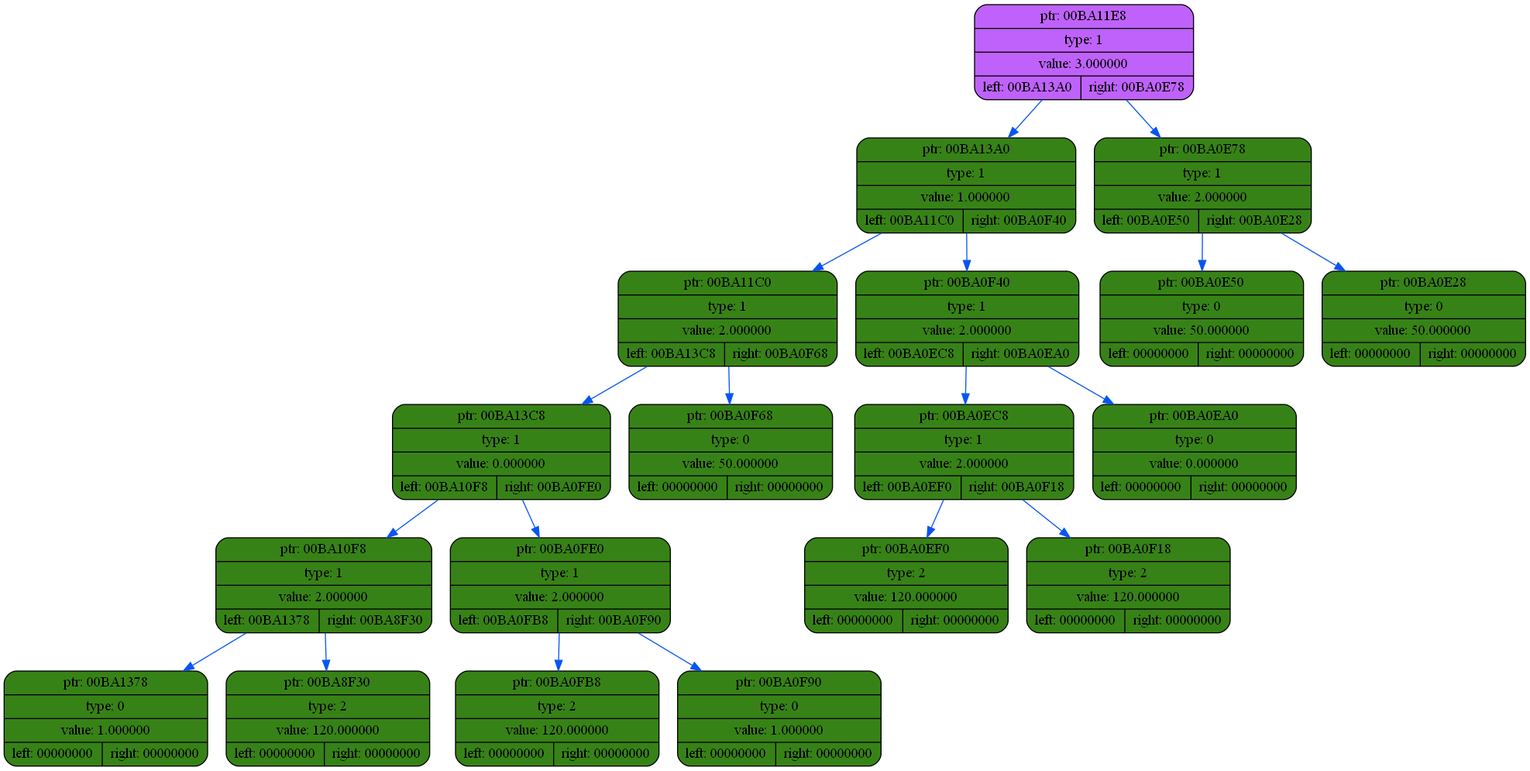
coffee8cat/differentiator keeps this Graphviz diagram as dump/dump2.png. Above is the earlier version. Its source is kept beside it as dump/dump2.dot.
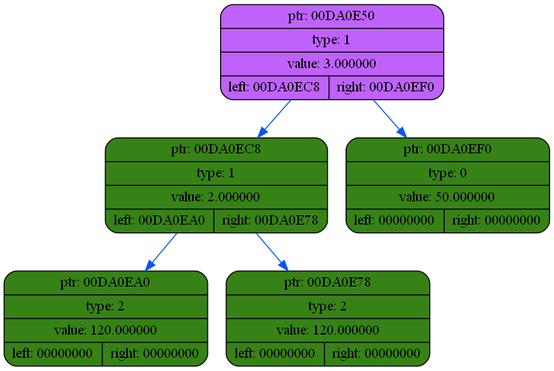
Above is the later version.

Diff of the diagram source:
```diff
@@ -2,41 +2,13 @@
 {
     rankdir=TP
 
-        node00BA11E8[shape=record,style="rounded,filled",fillcolor="#BF62FC",label="{ ptr: 00BA11E8 | type: 1 | value: 3.000000| { left: 00BA13A0 | right: 00BA0E78 }}"];
-    node00BA11E8 -> node00BA13A0[color="#0855F0"]
-    node00BA13A0[shape=record,style="rounded,filled",fillcolor="#378217",label="{ ptr: 00BA13A0 | type: 1 | value: 1.000000| { left: 00BA11C0 | right: 00BA0F40 }}"];
-    node00BA13A0 -> node00BA11C0[color="#0855F0"]
-    node00BA11C0[shape=record,style="rounded,filled",fillcolor="#378217",label="{ ptr: 00BA11C0 | type: 1 | value: 2.000000| { left: 00BA13C8 | right: 00BA0F68 }}"];
-    node00BA11C0 -> node00BA13C8[color="#0855F0"]
-    node00BA13C8[shape=record,style="rounded,filled",fillcolor="#378217",label="{ ptr: 00BA13C8 | type: 1 | value: 0.000000| { left: 00BA10F8 | right: 00BA0FE0 }}"];
-    node00BA13C8 -> node00BA10F8[color="#0855F0"]
-    node00BA10F8[shape=record,style="rounded,filled",fillcolor="#378217",label="{ ptr: 00BA10F8 | type: 1 | value: 2.000000| { left: 00BA1378 | right: 00BA8F30 }}"];
-    node00BA10F8 -> node00BA1378[color="#0855F0"]
-    node00BA1378[shape=record,style="rounded,filled",fillcolor="#378217",label="{ ptr: 00BA1378 | type: 0 | value: 1.000000| { left: 00000000 | right: 00000000 }}"];
-    node00BA10F8 -> node00BA8F30[color="#0855F0"]
-    node00BA8F30[shape=record,style="rounded,filled",fillcolor="#378217",label="{ ptr: 00BA8F30 | type: 2 | value: 120.000000| { left: 00000000 | right: 00000000 }}"];
-    node00BA13C8 -> node00BA0FE0[color="#0855F0"]
-    node00BA0FE0[shape=record,style="rounded,filled",fillcolor="#378217",label="{ ptr: 00BA0FE0 | type: 1 | value: 2.000000| { left: 00BA0FB8 | right: 00BA0F90 }}"];
-    node00BA0FE0 -> node00BA0FB8[color="#0855F0"]
-    node00BA0FB8[shape=record,style="rounded,filled",fillcolor="#378217",label="{ ptr: 00BA0FB8 | type: 2 | value: 120.000000| { left: 00000000 | right: 00000000 }}"];
-    node00BA0FE0 -> node00BA0F90[color="#0855F0"]
-    node00BA0F90[shape=record,style="rounded,filled",fillcolor="#378217",label="{ ptr: 00BA0F90 | type: 0 | value: 1.000000| { left: 00000000 | right: 00000000 }}"];
-    node00BA11C0 -> node00BA0F68[color="#0855F0"]
-    node00BA0F68[shape=record,style="rounded,filled",fillcolor="#378217",label="{ ptr: 00BA0F68 | type: 0 | value: 50.000000| { left: 00000000 | right: 00000000 }}"];
-    node00BA13A0 -> node00BA0F40[color="#0855F0"]
-    node00BA0F40[shape=record,style="rounded,filled",fillcolor="#378217",label="{ ptr: 00BA0F40 | type: 1 | value: 2.000000| { left: 00BA0EC8 | right: 00BA0EA0 }}"];
-    node00BA0F40 -> node00BA0EC8[color="#0855F0"]
-    node00BA0EC8[shape=record,style="rounded,filled",fillcolor="#378217",label="{ ptr: 00BA0EC8 | type: 1 | value: 2.000000| { left: 00BA0EF0 | right: 00BA0F18 }}"];
-    node00BA0EC8 -> node00BA0EF0[color="#0855F0"]
-    node00BA0EF0[shape=record,style="rounded,filled",fillcolor="#378217",label="{ ptr: 00BA0EF0 | type: 2 | value: 120.000000| { left: 00000000 | right: 00000000 }}"];
-    node00BA0EC8 -> node00BA0F18[color="#0855F0"]
-    node00BA0F18[shape=record,style="rounded,filled",fillcolor="#378217",label="{ ptr: 00BA0F18 | type: 2 | value: 120.000000| { left: 00000000 | right: 00000000 }}"];
-    node00BA0F40 -> node00BA0EA0[color="#0855F0"]
-    node00BA0EA0[shape=record,style="rounded,filled",fillcolor="#378217",label="{ ptr: 00BA0EA0 | type: 0 | value: 0.000000| { left: 00000000 | right: 00000000 }}"];
-    node00BA11E8 -> node00BA0E78[color="#0855F0"]
-    node00BA0E78[shape=record,style="rounded,filled",fillcolor="#378217",label="{ ptr: 00BA0E78 | type: 1 | value: 2.000000| { left: 00BA0E50 | right: 00BA0E28 }}"];
-    node00BA0E78 -> node00BA0E50[color="#0855F0"]
-    node00BA0E50[shape=record,style="rounded,filled",fillcolor="#378217",label="{ ptr: 00BA0E50 | type: 0 | value: 50.000000| { left: 00000000 | right: 00000000 }}"];
-    node00BA0E78 -> node00BA0E28[color="#0855F0"]
-    node00BA0E28[shape=record,style="rounded,filled",fillcolor="#378217",label="{ ptr: 00BA0E28 | type: 0 | value: 50.000000| { left: 00000000 | right: 00000000 }}"];
+        node00DA0E50[shape=record,style="rounded,filled",fillcolor="#BF62FC",label="{ ptr: 00DA0E50 | type: 1 | value: 3.000000| { left: 00DA0EC8 | right: 00DA0EF0 }}"];
+    node00DA0E50 -> node00DA0EC8[color="#0855F0"]
+    node00DA0EC8[shape=record,style="rounded,filled",fillcolor="#378217",label="{ ptr: 00DA0EC8 | type: 1 | value: 2.000000| { left: 00DA0EA0 | right: 00DA0E78 }}"];
+    node00DA0EC8 -> node00DA0EA0[color="#0855F0"]
+    node00DA0EA0[shape=record,style="rounded,filled",fillcolor="#378217",label="{ ptr: 00DA0EA0 | type: 2 | value: 120.000000| { left: 00000000 | right: 00000000 }}"];
+    node00DA0EC8 -> node00DA0E78[color="#0855F0"]
+    node00DA0E78[shape=record,style="rounded,filled",fillcolor="#378217",label="{ ptr: 00DA0E78 | type: 2 | value: 120.000000| { left: 00000000 | right: 00000000 }}"];
+    node00DA0E50 -> node00DA0EF0[color="#0855F0"]
+    node00DA0EF0[shape=record,style="rounded,filled",fillcolor="#378217",label="{ ptr: 00DA0EF0 | type: 0 | value: 50.000000| { left: 00000000 | right: 00000000 }}"];
 }
```
